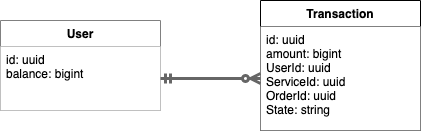
Earlier version of the draw.io export design/erd.png (VanjaRo/balance-serivce). Source tidied: cells renumbered, new cells last; positions are measured from the earlier drawing's top-left corner, leaving out a move shared by most shapes.
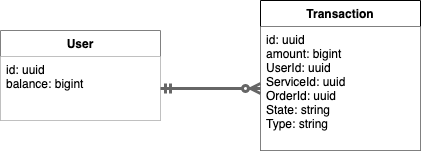
After the change.

Commit message:
chore: fixed erd diagram

The edit, as a diff of the source:
```diff
@@ -9,10 +9,10 @@
       <mxGeometry y="26" width="160" height="64" as="geometry" />
     </mxCell>
     <mxCell id="4" value="Transaction" style="swimlane;fontStyle=1;align=center;verticalAlign=top;horizontal=1;startSize=26;fillColor=#FFFFFF;" parent="1" vertex="1">
-      <mxGeometry x="260" width="160" height="130" as="geometry" />
+      <mxGeometry x="260" y="-10" width="160" height="150" as="geometry" />
     </mxCell>
-    <mxCell id="5" value="id: uuid&#10;amount: bigint&#10;UserId: uuid&#10;ServiceId: uuid&#10;OrderId: uuid&#10;State: string&#10;" style="text;strokeColor=none;fillColor=#FFFFFF;align=left;verticalAlign=top;spacingLeft=4;spacingRight=4;overflow=hidden;points=[[0,0.5],[1,0.5]];portConstraint=eastwest;" parent="4" vertex="1">
-      <mxGeometry y="26" width="160" height="104" as="geometry" />
+    <mxCell id="5" value="id: uuid&#10;amount: bigint&#10;UserId: uuid&#10;ServiceId: uuid&#10;OrderId: uuid&#10;State: string&#10;Type: string" style="text;strokeColor=none;fillColor=#FFFFFF;align=left;verticalAlign=top;spacingLeft=4;spacingRight=4;overflow=hidden;points=[[0,0.5],[1,0.5]];portConstraint=eastwest;" parent="4" vertex="1">
+      <mxGeometry y="26" width="160" height="124" as="geometry" />
     </mxCell>
     <mxCell id="6" style="edgeStyle=entityRelationEdgeStyle;fontSize=12;html=1;endArrow=ERzeroToMany;startArrow=ERmandOne;rounded=0;strokeWidth=3;strokeColor=#666666;" parent="1" edge="1" source="3" target="5">
       <mxGeometry relative="1" as="geometry" />
```
